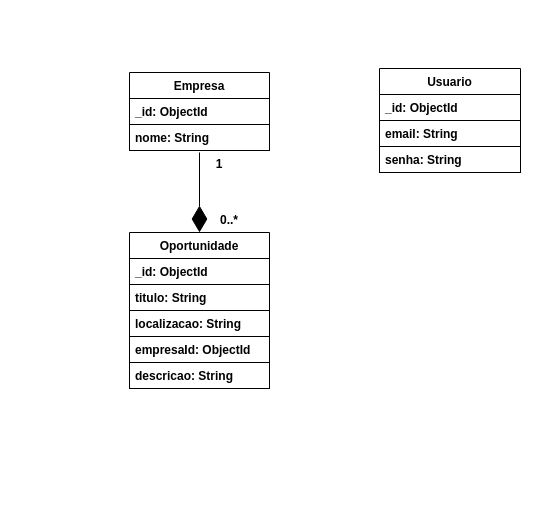
Above: docs/NoAM.drawio in FatecFranca/DSM-G01-PI3-2024-2 (draw.io), before the change. Source tidied: cells renumbered, new cells numbered last; positions are measured from the earlier drawing's top-left corner, leaving out a move shared by most shapes. Both pictures are drawn from the tidied source at 100%, with x=0, y=0 at pixel (16, 16).
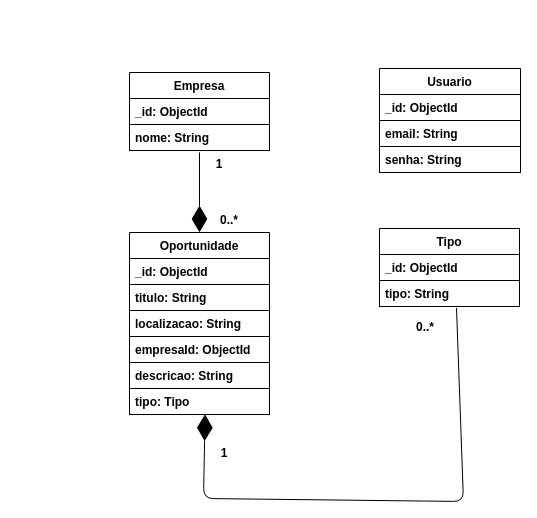
The same diagram, later.

Commit message (it also covers changes not shown here):
Subindo tabela tipo

The edit, as a diff of the source:
```diff
@@
     <mxCell id="6" value="Oportunidade" style="swimlane;fontStyle=1;horizontal=1;startSize=26;fillColor=none;fontColor=#000000;strokeColor=#000000;" parent="1" vertex="1">
-      <mxGeometry x="113" y="216" width="140" height="156" as="geometry" />
+      <mxGeometry x="113" y="216" width="140" height="182" as="geometry" />
     </mxCell>
@@
+    <mxCell id="19" value="tipo: Tipo" style="text;strokeColor=#000000;fillColor=none;align=left;verticalAlign=top;spacingLeft=4;spacingRight=4;overflow=hidden;points=[[0,0.5],[1,0.5]];portConstraint=eastwest;fontColor=#000000;fontStyle=1;" parent="6" vertex="1">
+      <mxGeometry y="156" width="140" height="26" as="geometry" />
+    </mxCell>
@@
+    <mxCell id="20" value="Tipo" style="swimlane;fontStyle=1;horizontal=1;startSize=26;fillColor=none;fontColor=#000000;strokeColor=#000000;" parent="1" vertex="1">
+      <mxGeometry x="363" y="212" width="140" height="78" as="geometry" />
+    </mxCell>
+    <mxCell id="21" value="_id: ObjectId" style="text;strokeColor=#000000;fillColor=none;align=left;verticalAlign=top;spacingLeft=4;spacingRight=4;overflow=hidden;fontColor=#000000;fontStyle=1;" parent="20" vertex="1">
+      <mxGeometry y="26" width="140" height="26" as="geometry" />
+    </mxCell>
+    <mxCell id="22" value="tipo: String" style="text;strokeColor=#000000;fillColor=none;align=left;verticalAlign=top;spacingLeft=4;spacingRight=4;overflow=hidden;points=[[0,0.5],[1,0.5]];portConstraint=eastwest;fontColor=#000000;fontStyle=1;" parent="20" vertex="1">
+      <mxGeometry y="52" width="140" height="26" as="geometry" />
+    </mxCell>
+    <mxCell id="23" style="endArrow=diamondThin;endFill=1;endSize=24;html=1;entryX=0.54;entryY=0.989;entryDx=0;entryDy=0;exitX=0.55;exitY=1.055;exitDx=0;exitDy=0;exitPerimeter=0;strokeColor=#000000;entryPerimeter=0;" parent="1" edge="1" source="22" target="19">
+      <mxGeometry relative="1" as="geometry">
+        <Array as="points">
+          <mxPoint x="447" y="485" />
+          <mxPoint x="187" y="482" />
+        </Array>
+      </mxGeometry>
+    </mxCell>
+    <mxCell id="24" value="1" style="text;align=center;fontStyle=1;verticalAlign=middle;spacingLeft=3;spacingRight=3;strokeColor=none;fontColor=#000000;" parent="1" vertex="1">
+      <mxGeometry x="168" y="423" width="80" height="26" as="geometry" />
+    </mxCell>
+    <mxCell id="25" value="0..*" style="text;align=center;fontStyle=1;verticalAlign=middle;spacingLeft=3;spacingRight=3;strokeColor=none;fontColor=#000000;" parent="1" vertex="1">
+      <mxGeometry x="369" y="297" width="80" height="26" as="geometry" />
+    </mxCell>
```
